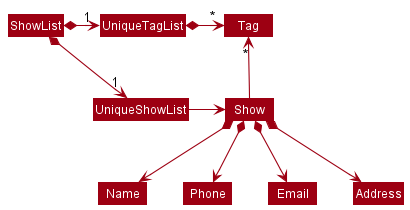
nus-cs2103-AY2122S2/tp keeps this PlantUML diagram as docs/images/BetterModelClassDiagram.png. Above is the earlier version.
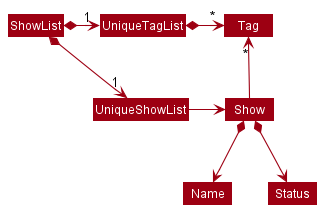
Later version of the same file.

The edit, as a diff of the source:
```diff
@@ -15,7 +15,5 @@
 Show -up-> "*" Tag
 
 Show *--> Name
-Show *--> Phone
-Show *--> Email
-Show *--> Address
+Show *--> Status
 @enduml
```
